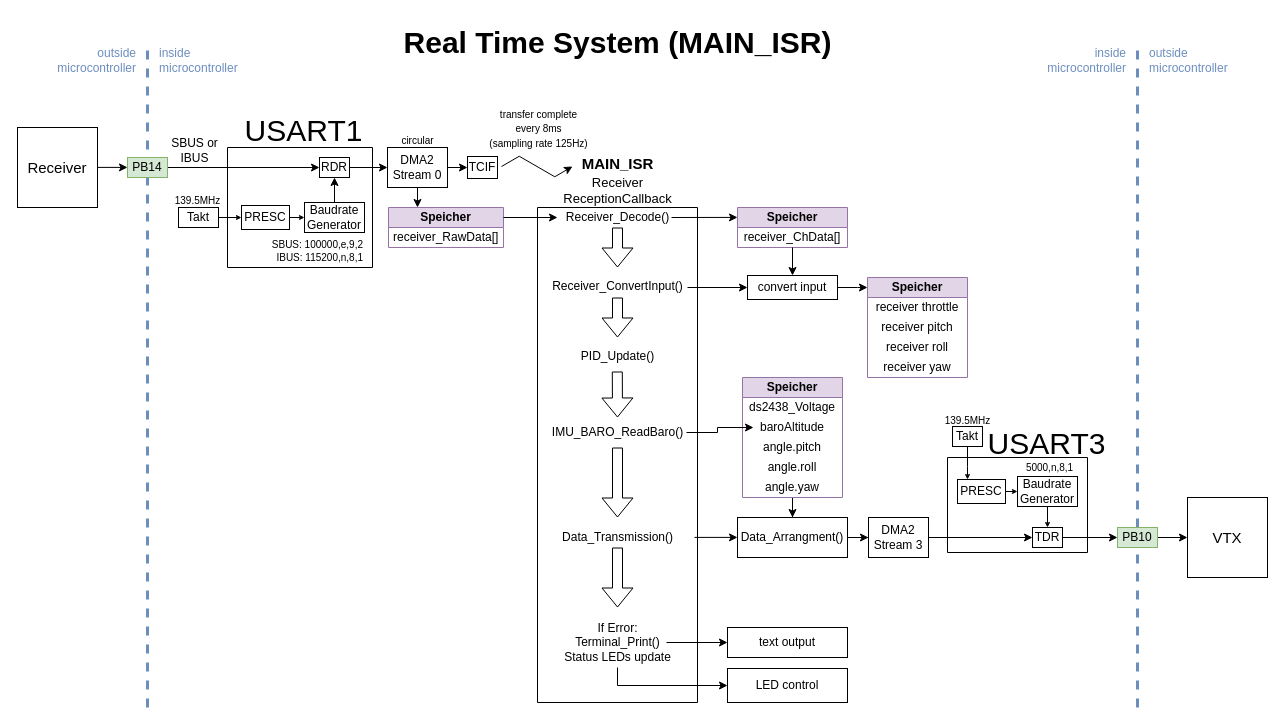
FrogMoment/FPV_Drohne_202324 keeps this draw.io diagram as page "Real Time System" (3 of 5) of Dokumentation/Bilder/Softwarearchitektur/Softwarearchitektur.drawio. Above is the earlier version. Source tidied: cells renumbered, new cells numbered last; positions are measured from the earlier drawing's top-left corner, leaving out a move shared by most shapes. Both pictures are drawn from the tidied source at 100%, with x=0, y=0 at pixel (17, 17).
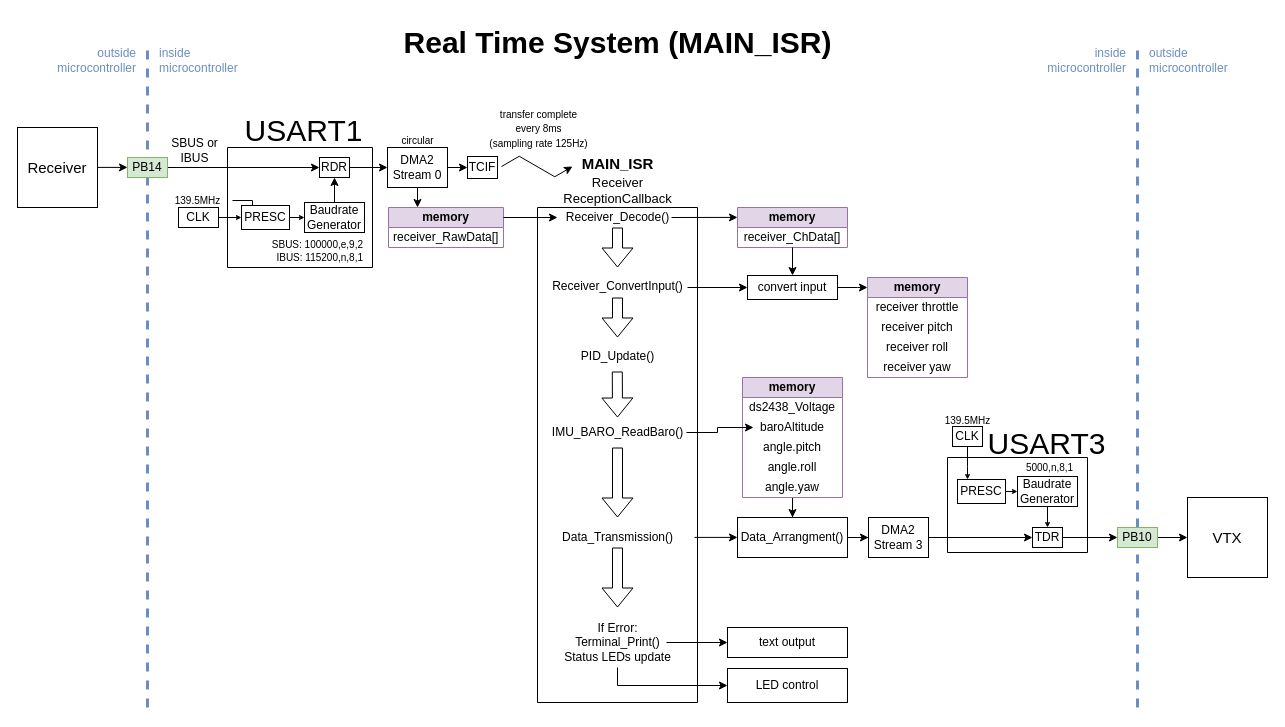
The same diagram, later.

The change refers to these unchanged cells:
```xml
<mxCell id="17" value="139.5MHz" style="text;html=1;align=center;verticalAlign=middle;points=[];strokeColor=none;fillColor=none;fontSize=10;" parent="1" vertex="1">
  <mxGeometry x="145" y="168" width="70" height="30" as="geometry" />
</mxCell>
<mxCell id="22" value="PRESC" style="rounded=0;whiteSpace=wrap;html=1;" parent="1" vertex="1">
  <mxGeometry x="224" y="188" width="48" height="24" as="geometry" />
</mxCell>
```

What changed in the source:
```diff
@@
-    <mxCell id="16" value="Takt" style="whiteSpace=wrap;html=1;" parent="1" vertex="1">
+    <mxCell id="16" value="CLK" style="whiteSpace=wrap;html=1;" parent="1" vertex="1">
       <mxGeometry x="161" y="190" width="40" height="20" as="geometry" />
     </mxCell>
+    <mxCell id="103" style="edgeStyle=orthogonalEdgeStyle;rounded=0;jettySize=auto;html=1;" parent="1" edge="1" source="17" target="22">
+      <mxGeometry relative="1" as="geometry" />
+    </mxCell>
@@
-    <mxCell id="27" value="&lt;b&gt;Speicher&lt;/b&gt;" style="swimlane;fontStyle=0;horizontal=1;startSize=20;whiteSpace=wrap;html=1;fillColor=#e1d5e7;strokeColor=#9673a6;" parent="1" vertex="1">
+    <mxCell id="27" value="&lt;b&gt;memory&lt;/b&gt;" style="swimlane;fontStyle=0;horizontal=1;startSize=20;whiteSpace=wrap;html=1;fillColor=#e1d5e7;strokeColor=#9673a6;" parent="1" vertex="1">
       <mxGeometry x="371" y="190" width="115" height="40" as="geometry" />
     </mxCell>
@@
-    <mxCell id="36" value="&lt;b&gt;Speicher&lt;/b&gt;" style="swimlane;fontStyle=0;horizontal=1;startSize=20;whiteSpace=wrap;html=1;fillColor=#e1d5e7;strokeColor=#9673a6;" parent="1" vertex="1">
+    <mxCell id="36" value="&lt;b&gt;memory&lt;/b&gt;" style="swimlane;fontStyle=0;horizontal=1;startSize=20;whiteSpace=wrap;html=1;fillColor=#e1d5e7;strokeColor=#9673a6;" parent="1" vertex="1">
       <mxGeometry x="720" y="190" width="110" height="40" as="geometry" />
     </mxCell>
@@
-    <mxCell id="49" value="&lt;b&gt;Speicher&lt;/b&gt;" style="swimlane;fontStyle=0;horizontal=1;startSize=20;whiteSpace=wrap;html=1;fillColor=#e1d5e7;strokeColor=#9673a6;" parent="1" vertex="1">
+    <mxCell id="49" value="&lt;b&gt;memory&lt;/b&gt;" style="swimlane;fontStyle=0;horizontal=1;startSize=20;whiteSpace=wrap;html=1;fillColor=#e1d5e7;strokeColor=#9673a6;" parent="1" vertex="1">
       <mxGeometry x="850" y="260" width="100" height="100" as="geometry" />
     </mxCell>
@@
-    <mxCell id="63" value="&lt;b&gt;Speicher&lt;/b&gt;" style="swimlane;fontStyle=0;horizontal=1;startSize=20;whiteSpace=wrap;html=1;fillColor=#e1d5e7;strokeColor=#9673a6;" parent="1" vertex="1">
+    <mxCell id="63" value="&lt;b&gt;memory&lt;/b&gt;" style="swimlane;fontStyle=0;horizontal=1;startSize=20;whiteSpace=wrap;html=1;fillColor=#e1d5e7;strokeColor=#9673a6;" parent="1" vertex="1">
       <mxGeometry x="725" y="360" width="100" height="120" as="geometry" />
     </mxCell>
@@
-    <mxCell id="73" value="Takt" style="whiteSpace=wrap;html=1;" parent="1" vertex="1">
+    <mxCell id="73" value="CLK" style="whiteSpace=wrap;html=1;" parent="1" vertex="1">
       <mxGeometry x="935" y="409" width="30" height="20" as="geometry" />
     </mxCell>
```
